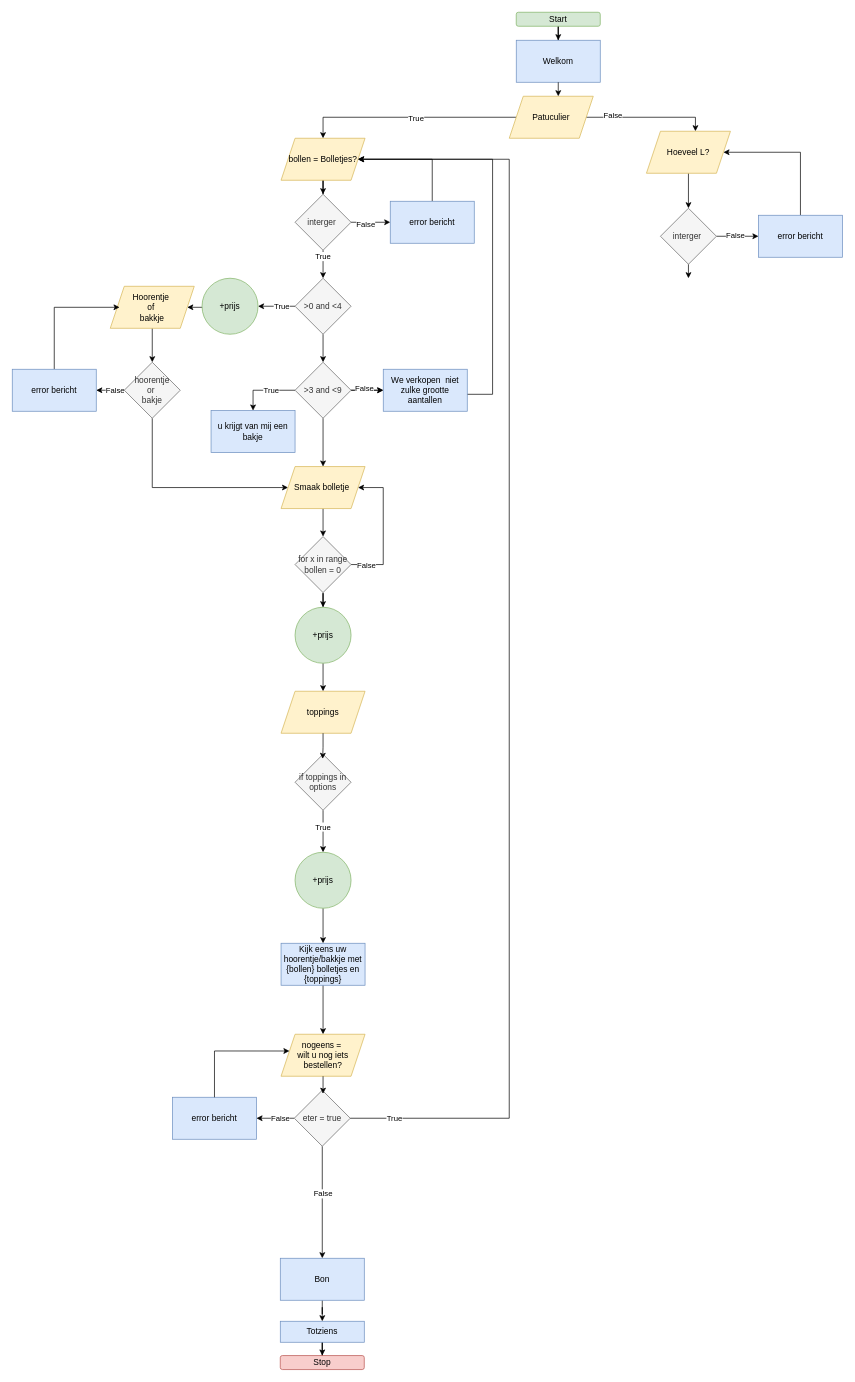
Before: module_6/Papi Gelato6.drawio in RuoFeng207/leren_programmeren, a draw.io diagram. Source tidied: cells renumbered, new cells numbered last; positions are measured from the earlier drawing's top-left corner, leaving out a move shared by most shapes. Both pictures are drawn from the tidied source at 70%, with x=0, y=0 at pixel (12, 12).
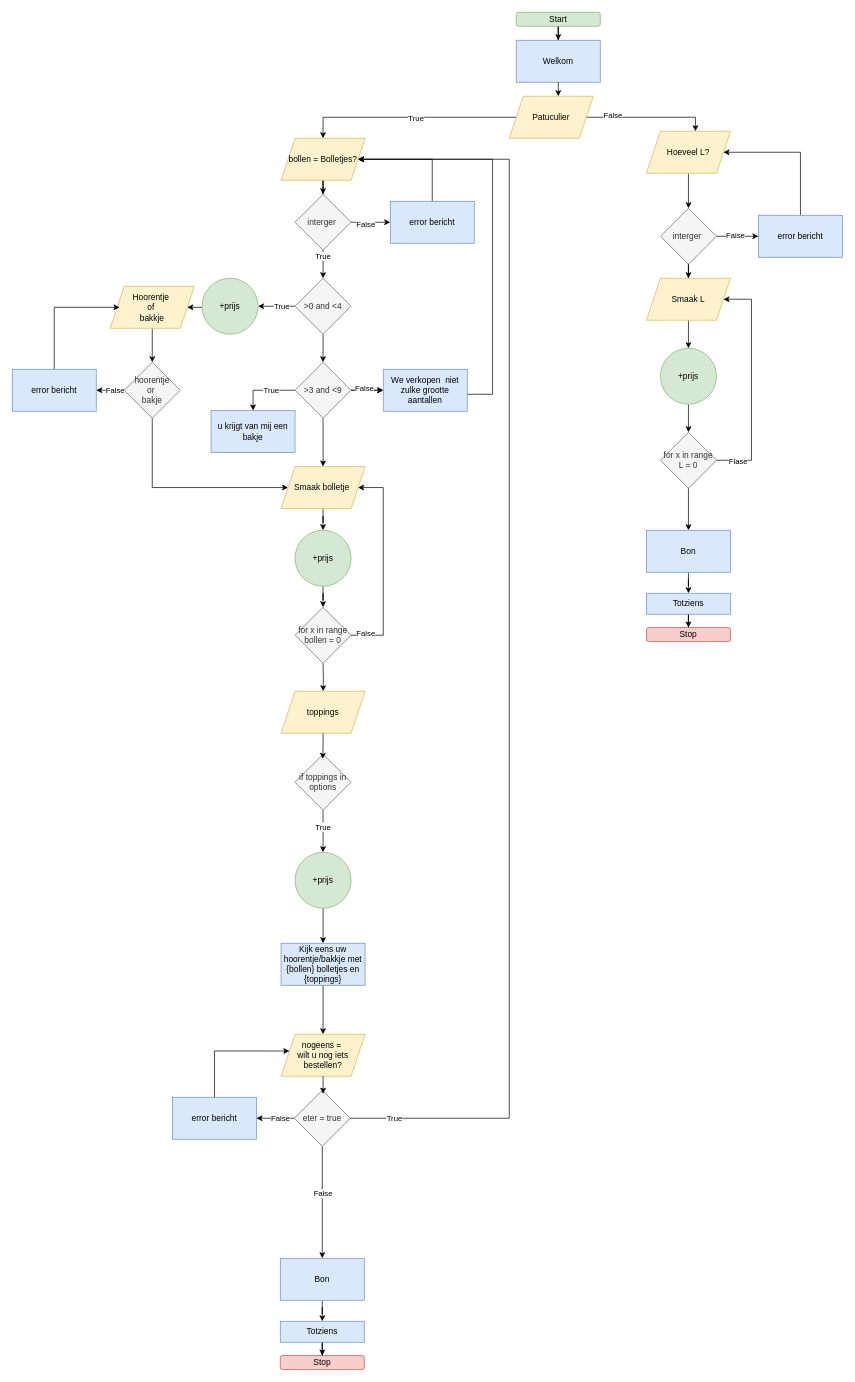
The same diagram, later.

Unchanged cells that the change refers to:
```xml
<mxCell id="59" value="Smaak bolletje&amp;nbsp;" style="shape=parallelogram;perimeter=parallelogramPerimeter;whiteSpace=wrap;html=1;fixedSize=1;fillColor=#fff2cc;strokeColor=#d6b656;" parent="1" vertex="1">
  <mxGeometry x="384" y="649" width="120" height="60" as="geometry" />
</mxCell>
<mxCell id="64" value="toppings" style="shape=parallelogram;perimeter=parallelogramPerimeter;whiteSpace=wrap;html=1;fixedSize=1;fillColor=#fff2cc;strokeColor=#d6b656;" parent="1" vertex="1">
  <mxGeometry x="384" y="970" width="120" height="60" as="geometry" />
</mxCell>
<mxCell id="82" value="interger&amp;nbsp;" style="rhombus;whiteSpace=wrap;html=1;fillColor=#f5f5f5;fontColor=#333333;strokeColor=#666666;" parent="1" vertex="1">
  <mxGeometry x="926" y="280" width="80" height="80" as="geometry" />
</mxCell>
```

Diff of the diagram source:
```diff
@@
-    <mxCell id="56" style="edgeStyle=orthogonalEdgeStyle;rounded=0;jettySize=auto;html=1;entryX=0.5;entryY=0;entryDx=0;entryDy=0;" parent="1" edge="1" source="57" target="64">
-      <mxGeometry relative="1" as="geometry" />
+    <mxCell id="56" style="edgeStyle=orthogonalEdgeStyle;rounded=0;jettySize=auto;html=1;entryX=0.5;entryY=0;entryDx=0;entryDy=0;" parent="1" edge="1" target="64">
+      <mxGeometry relative="1" as="geometry">
+        <mxPoint x="444" y="930" as="sourcePoint" />
+      </mxGeometry>
     </mxCell>
-    <mxCell id="57" value="+prijs" style="ellipse;whiteSpace=wrap;html=1;fillColor=#d5e8d4;strokeColor=#82b366;" parent="1" vertex="1">
-      <mxGeometry x="404" y="850" width="80" height="80" as="geometry" />
-    </mxCell>
-    <mxCell id="58" style="edgeStyle=orthogonalEdgeStyle;rounded=0;jettySize=auto;html=1;entryX=0.5;entryY=0;entryDx=0;entryDy=0;" parent="1" edge="1" source="59" target="63">
+    <mxCell id="58" style="edgeStyle=orthogonalEdgeStyle;rounded=0;jettySize=auto;html=1;entryX=0.5;entryY=0;entryDx=0;entryDy=0;" parent="1" edge="1" source="59" target="90">
       <mxGeometry relative="1" as="geometry" />
     </mxCell>
@@
     <mxCell id="60" style="edgeStyle=orthogonalEdgeStyle;rounded=0;jettySize=auto;html=1;exitX=1;exitY=0.5;exitDx=0;exitDy=0;entryX=1;entryY=0.5;entryDx=0;entryDy=0;" parent="1" edge="1" source="63" target="59">
       <mxGeometry relative="1" as="geometry">
         <Array as="points">
-          <mxPoint x="530" y="789" />
+          <mxPoint x="530" y="890" />
           <mxPoint x="530" y="679" />
         </Array>
       </mxGeometry>
     </mxCell>
     <mxCell id="61" value="False" style="edgeLabel;html=1;align=center;verticalAlign=middle;" parent="60" vertex="1">
       <mxGeometry x="-0.54" y="1" relative="1" as="geometry">
-        <mxPoint x="-23" y="1" as="offset" />
+        <mxPoint x="-25" y="18" as="offset" />
       </mxGeometry>
     </mxCell>
-    <mxCell id="62" style="edgeStyle=orthogonalEdgeStyle;rounded=0;jettySize=auto;html=1;entryX=0.5;entryY=0;entryDx=0;entryDy=0;" parent="1" edge="1" source="63" target="57">
-      <mxGeometry relative="1" as="geometry" />
-    </mxCell>
-    <mxCell id="63" value="for x in range bollen = 0" style="rhombus;whiteSpace=wrap;html=1;fillColor=#f5f5f5;fontColor=#333333;strokeColor=#666666;" parent="1" vertex="1">
-      <mxGeometry x="404" y="749" width="80" height="80" as="geometry" />
-    </mxCell>
@@
-    <mxCell id="81" style="edgeStyle=orthogonalEdgeStyle;rounded=0;jettySize=auto;html=1;" parent="1" edge="1" source="82">
-      <mxGeometry relative="1" as="geometry">
-        <mxPoint x="966" y="380" as="targetPoint" />
-      </mxGeometry>
+    <mxCell id="81" style="edgeStyle=orthogonalEdgeStyle;rounded=0;jettySize=auto;html=1;entryX=0.5;entryY=0;entryDx=0;entryDy=0;" parent="1" edge="1" source="82" target="86">
+      <mxGeometry relative="1" as="geometry" />
     </mxCell>
@@
+    <mxCell id="85" style="edgeStyle=orthogonalEdgeStyle;rounded=0;jettySize=auto;html=1;" parent="1" edge="1" source="86" target="94">
+      <mxGeometry relative="1" as="geometry" />
+    </mxCell>
+    <mxCell id="86" value="Smaak L" style="shape=parallelogram;perimeter=parallelogramPerimeter;whiteSpace=wrap;html=1;fixedSize=1;fillColor=#fff2cc;strokeColor=#d6b656;" parent="1" vertex="1">
+      <mxGeometry x="906" y="380" width="120" height="60" as="geometry" />
+    </mxCell>
+    <mxCell id="87" style="edgeStyle=orthogonalEdgeStyle;rounded=0;jettySize=auto;html=1;entryX=1;entryY=0.5;entryDx=0;entryDy=0;exitX=1;exitY=0.5;exitDx=0;exitDy=0;" parent="1" edge="1" source="92" target="86">
+      <mxGeometry relative="1" as="geometry">
+        <Array as="points">
+          <mxPoint x="1056" y="640" />
+          <mxPoint x="1056" y="410" />
+        </Array>
+      </mxGeometry>
+    </mxCell>
+    <mxCell id="88" value="Flase" style="edgeLabel;html=1;align=center;verticalAlign=middle;" parent="87" vertex="1">
+      <mxGeometry x="-0.81" y="-1" relative="1" as="geometry" />
+    </mxCell>
+    <mxCell id="89" style="edgeStyle=orthogonalEdgeStyle;rounded=0;jettySize=auto;html=1;" parent="1" edge="1" source="90" target="63">
+      <mxGeometry relative="1" as="geometry" />
+    </mxCell>
+    <mxCell id="90" value="+prijs" style="ellipse;whiteSpace=wrap;html=1;fillColor=#d5e8d4;strokeColor=#82b366;" parent="1" vertex="1">
+      <mxGeometry x="404" y="740" width="80" height="80" as="geometry" />
+    </mxCell>
+    <mxCell id="63" value="for x in range bollen = 0" style="rhombus;whiteSpace=wrap;html=1;fillColor=#f5f5f5;fontColor=#333333;strokeColor=#666666;" parent="1" vertex="1">
+      <mxGeometry x="404" y="850" width="80" height="80" as="geometry" />
+    </mxCell>
+    <mxCell id="91" style="edgeStyle=orthogonalEdgeStyle;rounded=0;jettySize=auto;html=1;entryX=0.5;entryY=0;entryDx=0;entryDy=0;" parent="1" edge="1" source="92" target="99">
+      <mxGeometry relative="1" as="geometry" />
+    </mxCell>
+    <mxCell id="92" value="for x in range L = 0" style="rhombus;whiteSpace=wrap;html=1;fillColor=#f5f5f5;fontColor=#333333;strokeColor=#666666;" parent="1" vertex="1">
+      <mxGeometry x="926" y="600" width="80" height="80" as="geometry" />
+    </mxCell>
+    <mxCell id="93" style="edgeStyle=orthogonalEdgeStyle;rounded=0;jettySize=auto;html=1;" parent="1" edge="1" source="94" target="92">
+      <mxGeometry relative="1" as="geometry" />
+    </mxCell>
+    <mxCell id="94" value="+prijs" style="ellipse;whiteSpace=wrap;html=1;fillColor=#d5e8d4;strokeColor=#82b366;" parent="1" vertex="1">
+      <mxGeometry x="926" y="480" width="80" height="80" as="geometry" />
+    </mxCell>
+    <mxCell id="95" style="edgeStyle=orthogonalEdgeStyle;rounded=0;jettySize=auto;html=1;" parent="1" edge="1" source="96" target="97">
+      <mxGeometry relative="1" as="geometry" />
+    </mxCell>
+    <mxCell id="96" value="Totziens" style="rounded=0;whiteSpace=wrap;html=1;fillColor=#dae8fc;strokeColor=#6c8ebf;" parent="1" vertex="1">
+      <mxGeometry x="906" y="830" width="120" height="30" as="geometry" />
+    </mxCell>
+    <mxCell id="97" value="Stop" style="rounded=1;whiteSpace=wrap;html=1;fillColor=#f8cecc;strokeColor=#b85450;" parent="1" vertex="1">
+      <mxGeometry x="906" y="879" width="120" height="20" as="geometry" />
+    </mxCell>
+    <mxCell id="98" style="edgeStyle=orthogonalEdgeStyle;rounded=0;jettySize=auto;html=1;entryX=0.5;entryY=0;entryDx=0;entryDy=0;" parent="1" edge="1" source="99" target="96">
+      <mxGeometry relative="1" as="geometry" />
+    </mxCell>
+    <mxCell id="99" value="Bon" style="rounded=0;whiteSpace=wrap;html=1;fillColor=#dae8fc;strokeColor=#6c8ebf;" parent="1" vertex="1">
+      <mxGeometry x="906" y="740" width="120" height="60" as="geometry" />
+    </mxCell>
```
